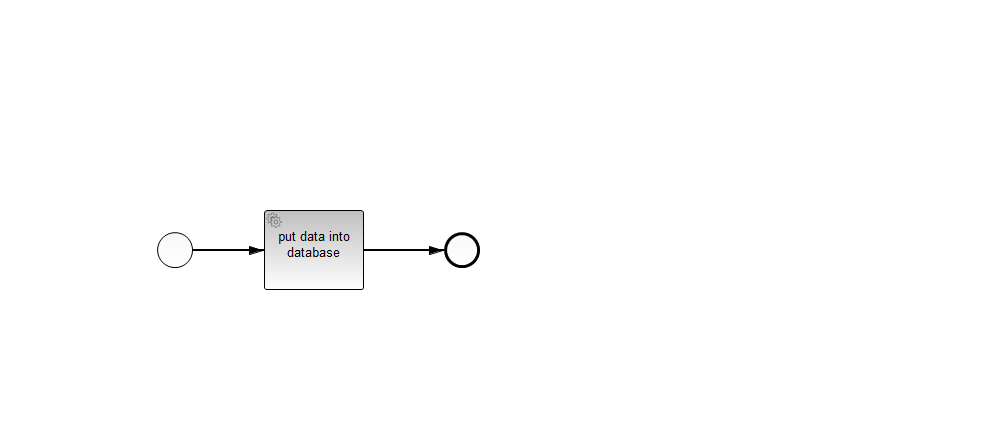
Above: GMNYworkflow/gmny/src/main/resources/00-generate-test-data.png in shaunthomas999/GMNY-WFM-CaseStudy (BPMN), before the change. Its source is kept beside it as GMNYworkflow/gmny/src/main/resources/00-generate-test-data.bpmn. Ids are renumbered.
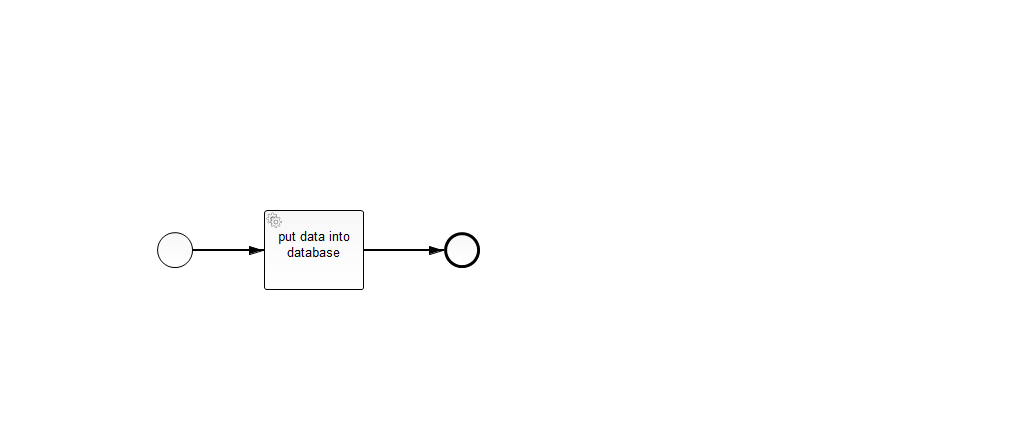
The same diagram one commit later.

The edit, as a diff of the source:
```diff
@@ -1,5 +1,5 @@
 <bpmn2:definitions xmlns:xsi="http://www.w3.org/2001/XMLSchema-instance" xmlns:bpmn2="http://www.omg.org/spec/BPMN/20100524/MODEL" xmlns:bpmndi="http://www.omg.org/spec/BPMN/20100524/DI" xmlns:camunda="http://activiti.org/bpmn" xmlns:dc="http://www.omg.org/spec/DD/20100524/DC" xmlns:di="http://www.omg.org/spec/DD/20100524/DI" xsi:schemaLocation="http://www.omg.org/spec/BPMN/20100524/MODEL BPMN20.xsd" id="_NuR5UBBMEeWe4a7UYO7U6g" exporter="camunda modeler" exporterVersion="2.7.0" targetNamespace="http://activiti.org/bpmn">
-  <bpmn2:process id="generate-test-data" name="Generate Test Data" isExecutable="true">
+  <bpmn2:process id="generate-test-data" name="0 - [Generate Test Data]" isExecutable="true">
     <bpmn2:startEvent id="StartEvent_1">
       <bpmn2:outgoing>SequenceFlow_1</bpmn2:outgoing>
     </bpmn2:startEvent>
```
